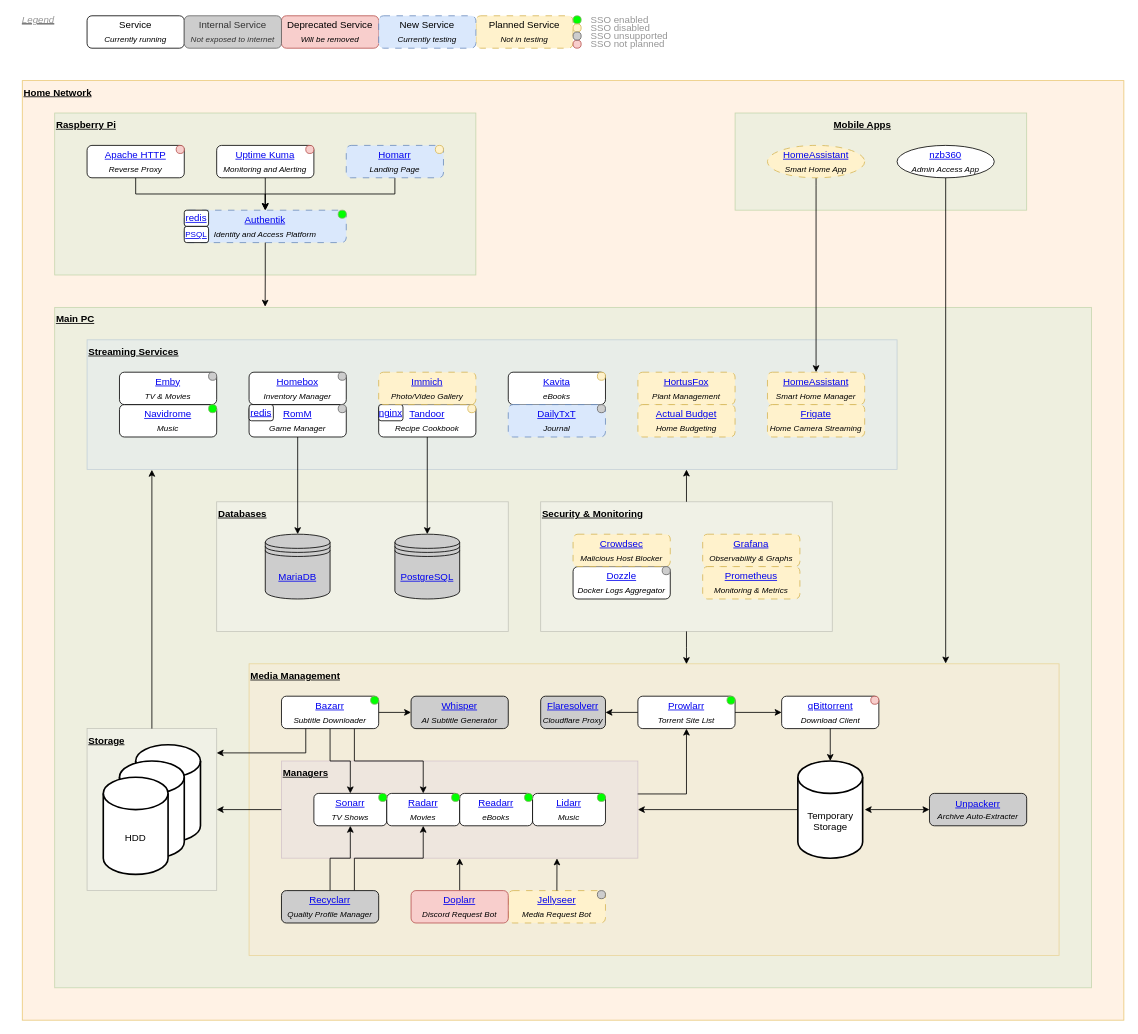
Earlier version of the draw.io diagram doc/home_theatre.drawio (zodac-personal/home_theatre). Source tidied: cells renumbered, new cells numbered last; positions are measured from the earlier drawing's top-left corner, leaving out a move shared by most shapes. Both pictures are drawn from the tidied source at 81%, with x=0, y=0 at pixel (14, 15).
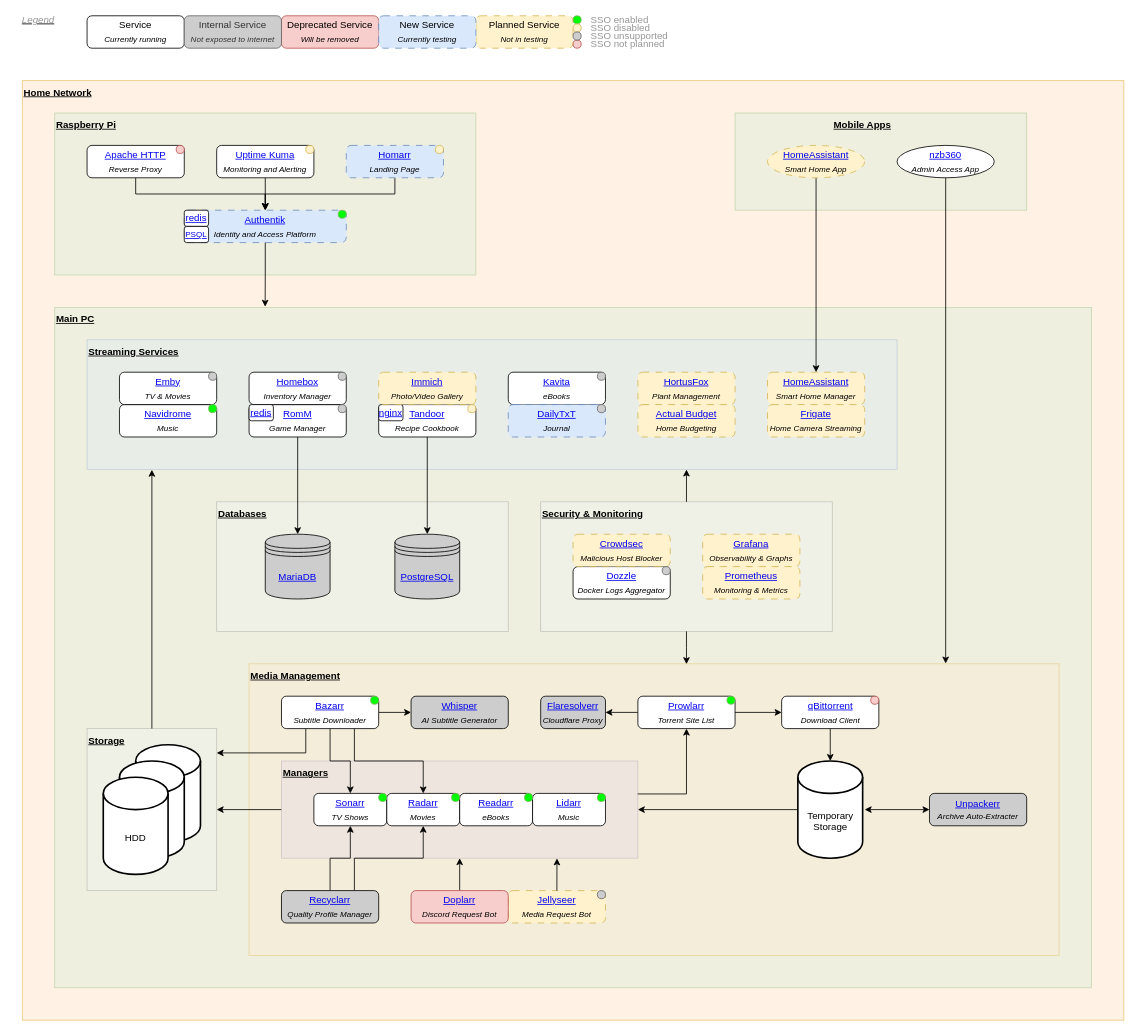
The same page after the edit.

Commit message (it also covers changes not shown here):
Updating diagram to show Kavita does not support Authentik (yet)

Diff of the diagram source:
```diff
@@
-    <mxCell id="112" style="ellipse;whiteSpace=wrap;html=1;fillColor=#fff2cc;strokeColor=#d6b656;" parent="1" vertex="1">
-      <mxGeometry x="720" y="440" width="10" height="10" as="geometry" />
-    </mxCell>
@@
-    <mxCell id="119" style="ellipse;whiteSpace=wrap;html=1;fillColor=#f8cecc;strokeColor=#b85450;" parent="1" vertex="1">
-      <mxGeometry x="360" y="160" width="10" height="10" as="geometry" />
-    </mxCell>
@@
+    <mxCell id="127" style="ellipse;whiteSpace=wrap;html=1;fillColor=#fff2cc;strokeColor=#d6b656;" parent="1" vertex="1">
+      <mxGeometry x="360" y="160" width="10" height="10" as="geometry" />
+    </mxCell>
+    <mxCell id="128" style="ellipse;whiteSpace=wrap;html=1;fillColor=#cdcdcd;strokeColor=#666666;fontColor=#333333;" parent="1" vertex="1">
+      <mxGeometry x="720" y="440" width="10" height="10" as="geometry" />
+    </mxCell>
```
